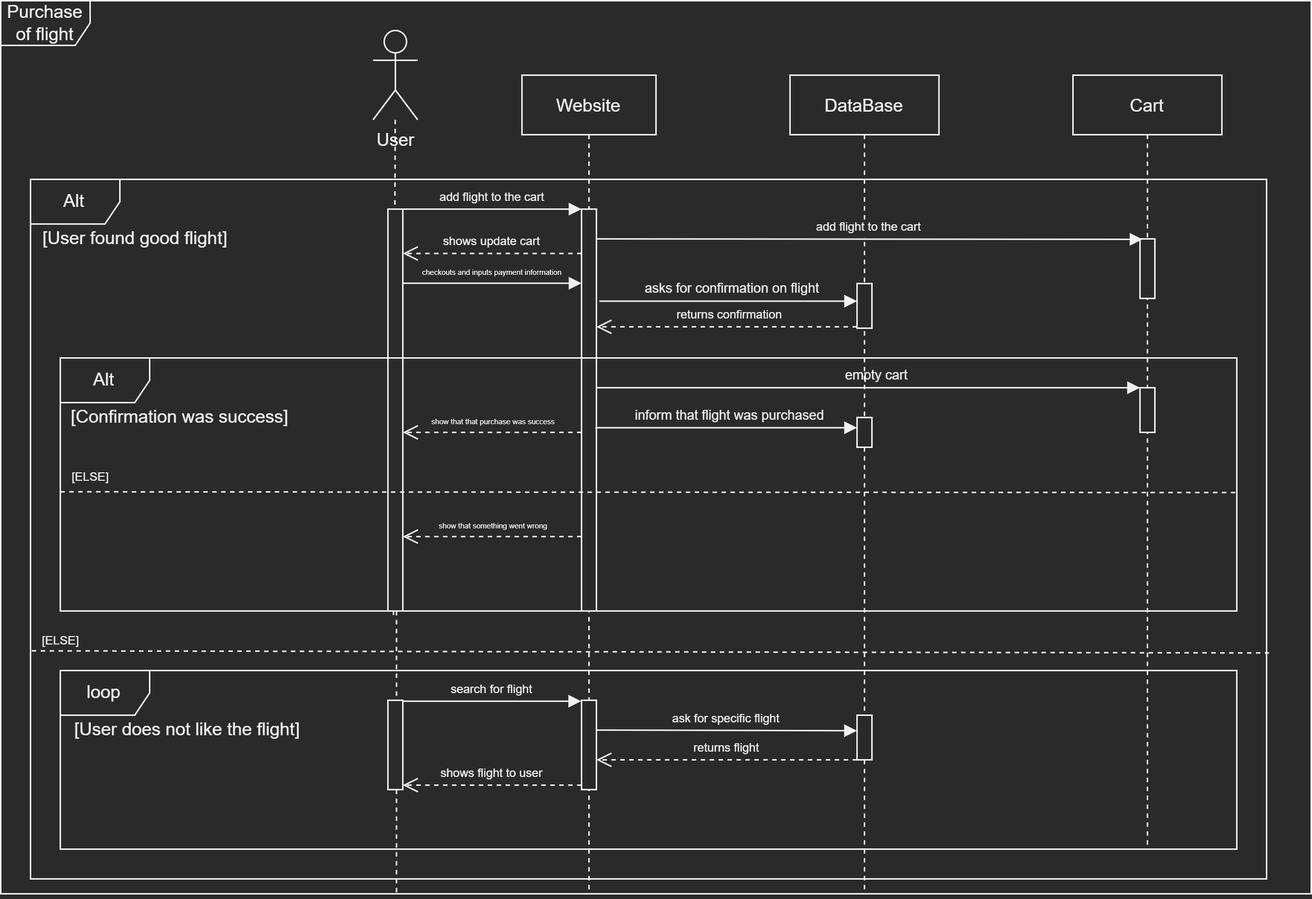
Earlier version of the draw.io export First_Sequence_Diagram.png (Mikapo/Programming_Design_Training). Source tidied: cells renumbered, new cells last; positions are measured from the earlier drawing's top-left corner, leaving out a move shared by most shapes.
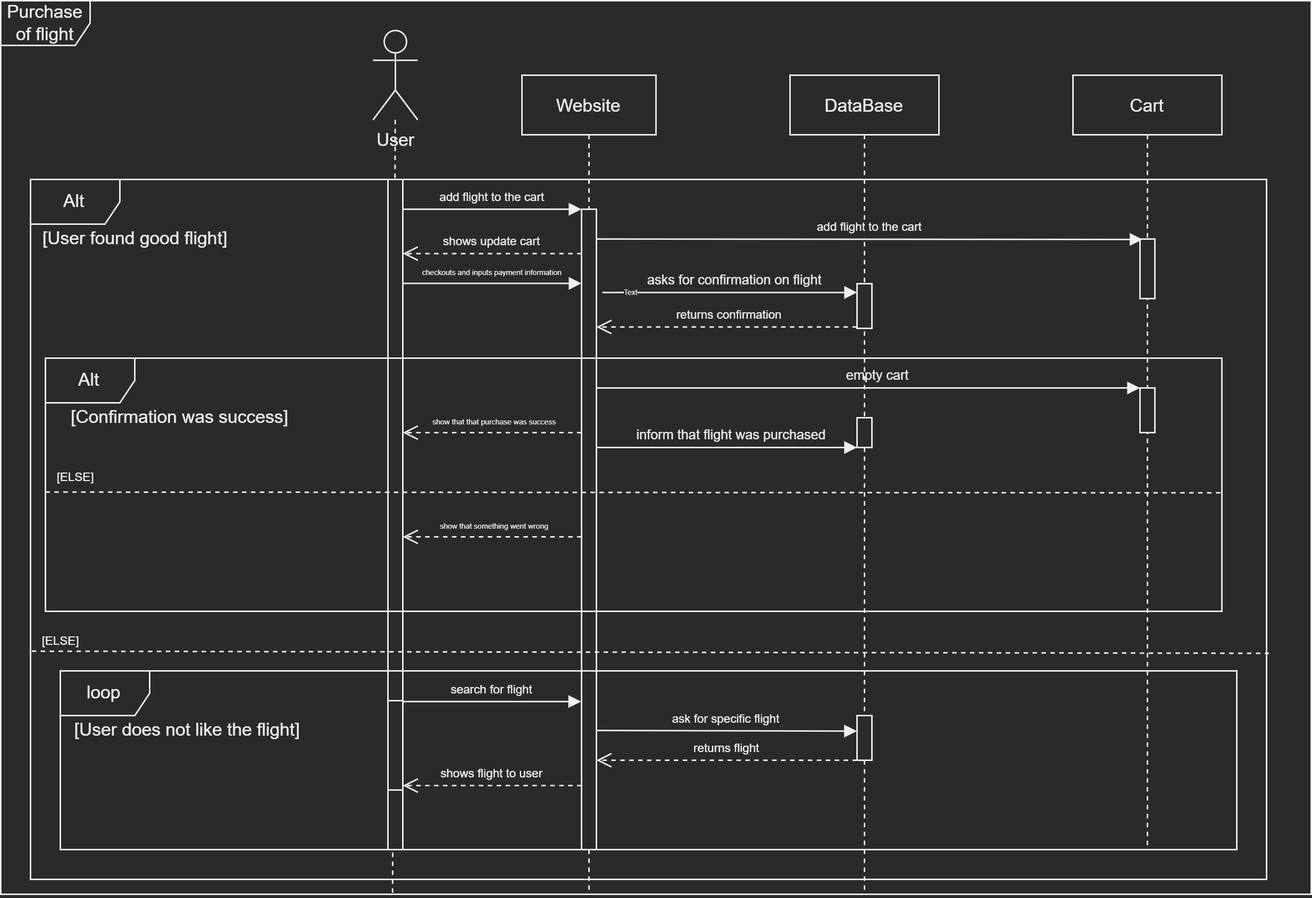
Above is the later version.

Commit message:
cleaned up first_sequence_diagram

The edit, as a diff of the source:
```diff
@@ -2,26 +2,23 @@
   <root>
     <mxCell id="0" />
     <mxCell id="1" parent="0" />
+    <mxCell id="5" value="Purchase of flight" style="shape=umlFrame;whiteSpace=wrap;html=1;" parent="1" vertex="1">
+      <mxGeometry width="880" height="600" as="geometry" />
+    </mxCell>
     <mxCell id="2" value="Alt" style="shape=umlFrame;whiteSpace=wrap;html=1;" parent="1" vertex="1">
       <mxGeometry x="20" y="120" width="830" height="470" as="geometry" />
     </mxCell>
-    <mxCell id="3" style="edgeStyle=none;rounded=0;jettySize=auto;html=1;entryX=0.371;entryY=1.01;entryDx=0;entryDy=0;entryPerimeter=0;dashed=1;endArrow=none;endFill=0;" parent="1" edge="1" source="20" target="4">
+    <mxCell id="3" style="edgeStyle=none;rounded=0;jettySize=auto;html=1;entryX=0.299;entryY=1;entryDx=0;entryDy=0;entryPerimeter=0;dashed=1;endArrow=none;endFill=0;" parent="1" edge="1" source="20" target="5">
       <mxGeometry relative="1" as="geometry" />
     </mxCell>
-    <mxCell id="4" style="points=[];perimeter=orthogonalPerimeter;rounded=0;shadow=0;strokeWidth=1;" parent="1" vertex="1">
-      <mxGeometry x="260" y="140" width="10" height="270" as="geometry" />
-    </mxCell>
-    <mxCell id="5" value="Purchase of flight" style="shape=umlFrame;whiteSpace=wrap;html=1;" parent="1" vertex="1">
-      <mxGeometry width="880" height="600" as="geometry" />
-    </mxCell>
-    <mxCell id="6" value="loop" style="shape=umlFrame;whiteSpace=wrap;html=1;" parent="1" vertex="1">
-      <mxGeometry x="40" y="450" width="790" height="120" as="geometry" />
-    </mxCell>
+    <mxCell id="42" style="perimeter=orthogonalPerimeter;rounded=0;shadow=0;strokeWidth=1;" parent="1" vertex="1">
+      <mxGeometry x="260" y="120" width="10" height="450" as="geometry" />
+    </mxCell>
     <mxCell id="7" value="Website" style="shape=umlLifeline;perimeter=lifelinePerimeter;rounded=0;shadow=0;strokeWidth=1;" parent="1" vertex="1">
       <mxGeometry x="350" y="50" width="90" height="550" as="geometry" />
     </mxCell>
     <mxCell id="8" style="points=[];perimeter=orthogonalPerimeter;rounded=0;shadow=0;strokeWidth=1;" parent="7" vertex="1">
-      <mxGeometry x="40" y="90" width="10" height="270" as="geometry" />
+      <mxGeometry x="40" y="90" width="10" height="430" as="geometry" />
     </mxCell>
     <mxCell id="9" value="shows update cart" style="verticalAlign=bottom;endArrow=open;dashed=1;endSize=8;exitX=0;exitY=0.95;shadow=0;strokeWidth=1;fontSize=8;" parent="7" edge="1">
       <mxGeometry relative="1" as="geometry">
@@ -40,12 +37,6 @@
         <mxPoint x="50" y="210" as="sourcePoint" />
       </mxGeometry>
     </mxCell>
-    <mxCell id="12" value="Alt" style="shape=umlFrame;whiteSpace=wrap;html=1;" parent="7" vertex="1">
-      <mxGeometry x="-310" y="190" width="790" height="170" as="geometry" />
-    </mxCell>
-    <mxCell id="13" style="endArrow=none;dashed=1;html=1;rounded=0;fontSize=5;exitX=0;exitY=0.529;exitDx=0;exitDy=0;exitPerimeter=0;entryX=1.001;entryY=0.532;entryDx=0;entryDy=0;entryPerimeter=0;" parent="7" edge="1" source="12" target="12">
-      <mxGeometry relative="1" as="geometry" />
-    </mxCell>
     <mxCell id="14" value="DataBase" style="shape=umlLifeline;perimeter=lifelinePerimeter;rounded=0;shadow=0;strokeWidth=1;" parent="1" vertex="1">
       <mxGeometry x="530" y="50" width="100" height="550" as="geometry" />
     </mxCell>
@@ -55,15 +46,16 @@
     <mxCell id="16" style="points=[];perimeter=orthogonalPerimeter;rounded=0;shadow=0;strokeWidth=1;" parent="14" vertex="1">
       <mxGeometry x="45" y="230" width="10" height="20" as="geometry" />
     </mxCell>
-    <mxCell id="17" value="shows flight to user" style="verticalAlign=bottom;endArrow=open;dashed=1;endSize=8;exitX=0;exitY=0.95;shadow=0;strokeWidth=1;fontSize=8;" parent="1" edge="1" source="24" target="23">
-      <mxGeometry relative="1" as="geometry" />
+    <mxCell id="17" value="shows flight to user" style="verticalAlign=bottom;endArrow=open;dashed=1;endSize=8;exitX=0;exitY=0.95;shadow=0;strokeWidth=1;fontSize=8;" parent="1" edge="1" target="23">
+      <mxGeometry relative="1" as="geometry">
+        <mxPoint x="390" y="527" as="sourcePoint" />
+      </mxGeometry>
     </mxCell>
-    <mxCell id="18" value="search for flight" style="verticalAlign=bottom;endArrow=block;shadow=0;strokeWidth=1;entryX=-0.025;entryY=0.01;entryDx=0;entryDy=0;entryPerimeter=0;fontSize=8;" parent="1" edge="1" source="23" target="24">
-      <mxGeometry relative="1" as="geometry" />
+    <mxCell id="18" value="search for flight" style="verticalAlign=bottom;endArrow=block;shadow=0;strokeWidth=1;entryX=-0.025;entryY=0.01;entryDx=0;entryDy=0;entryPerimeter=0;fontSize=8;" parent="1" edge="1" source="23">
+      <mxGeometry relative="1" as="geometry">
+        <mxPoint x="389.8" y="470.6" as="targetPoint" />
+      </mxGeometry>
     </mxCell>
-    <mxCell id="19" style="edgeStyle=none;rounded=0;jettySize=auto;html=1;dashed=1;endArrow=none;endFill=0;startArrow=none;entryX=0.302;entryY=1.002;entryDx=0;entryDy=0;entryPerimeter=0;" parent="1" edge="1" source="4" target="5">
-      <mxGeometry relative="1" as="geometry" />
-    </mxCell>
     <mxCell id="20" value="User&lt;br&gt;" style="shape=umlActor;verticalLabelPosition=bottom;verticalAlign=top;html=1;outlineConnect=0;" parent="1" vertex="1">
       <mxGeometry x="250" y="20" width="30" height="60" as="geometry" />
     </mxCell>
@@ -76,9 +68,6 @@
     <mxCell id="23" style="points=[];perimeter=orthogonalPerimeter;rounded=0;shadow=0;strokeWidth=1;" parent="1" vertex="1">
       <mxGeometry x="260" y="470" width="10" height="60" as="geometry" />
     </mxCell>
-    <mxCell id="24" style="points=[];perimeter=orthogonalPerimeter;rounded=0;shadow=0;strokeWidth=1;" parent="1" vertex="1">
-      <mxGeometry x="390" y="470" width="10" height="60" as="geometry" />
-    </mxCell>
     <mxCell id="25" style="points=[];perimeter=orthogonalPerimeter;rounded=0;shadow=0;strokeWidth=1;" parent="1" vertex="1">
       <mxGeometry x="575" y="480" width="10" height="30" as="geometry" />
     </mxCell>
@@ -87,9 +76,10 @@
         <mxPoint x="400" y="490" as="sourcePoint" />
       </mxGeometry>
     </mxCell>
-    <mxCell id="27" value="returns flight" style="verticalAlign=bottom;endArrow=open;dashed=1;endSize=8;exitX=0;exitY=0.95;shadow=0;strokeWidth=1;fontSize=8;" parent="1" edge="1" target="24">
+    <mxCell id="27" value="returns flight" style="verticalAlign=bottom;endArrow=open;dashed=1;endSize=8;exitX=0;exitY=0.95;shadow=0;strokeWidth=1;fontSize=8;" parent="1" edge="1">
       <mxGeometry relative="1" as="geometry">
         <mxPoint x="575" y="510" as="sourcePoint" />
+        <mxPoint x="400" y="510" as="targetPoint" />
       </mxGeometry>
     </mxCell>
     <mxCell id="28" value="[ELSE]" style="text;html=1;align=center;verticalAlign=middle;strokeColor=none;fillColor=none;fontSize=8;" parent="1" vertex="1">
@@ -101,9 +91,12 @@
         <mxPoint x="390" y="140" as="targetPoint" />
       </mxGeometry>
     </mxCell>
-    <mxCell id="30" value="asks for confirmation on flight" style="verticalAlign=bottom;endArrow=block;shadow=0;strokeWidth=1;fontSize=9;exitX=1.2;exitY=0.229;exitDx=0;exitDy=0;exitPerimeter=0;" parent="1" edge="1" source="8" target="15">
+    <mxCell id="30" value="asks for confirmation on flight" style="verticalAlign=bottom;endArrow=block;shadow=0;strokeWidth=1;fontSize=9;exitX=1.4;exitY=0.13;exitDx=0;exitDy=0;exitPerimeter=0;" parent="1" edge="1" source="8" target="15">
       <mxGeometry x="0.03" relative="1" as="geometry" />
     </mxCell>
+    <mxCell id="43" value="Text" style="edgeLabel;html=1;align=center;verticalAlign=middle;fontSize=5;" parent="30" vertex="1">
+      <mxGeometry x="-0.79" y="2" relative="1" as="geometry" />
+    </mxCell>
     <mxCell id="31" value="returns confirmation" style="verticalAlign=bottom;endArrow=open;dashed=1;endSize=8;exitX=-0.006;exitY=0.969;shadow=0;strokeWidth=1;fontSize=8;exitDx=0;exitDy=0;exitPerimeter=0;" parent="1" edge="1" source="15" target="8">
       <mxGeometry x="-0.02" relative="1" as="geometry" />
     </mxCell>
@@ -127,7 +120,7 @@
         <mxPoint x="270" y="290" as="targetPoint" />
       </mxGeometry>
     </mxCell>
-    <mxCell id="37" value="inform that flight was purchased" style="verticalAlign=bottom;endArrow=block;shadow=0;strokeWidth=1;fontSize=9;exitX=0.925;exitY=0.544;exitDx=0;exitDy=0;exitPerimeter=0;" parent="1" edge="1" source="8" target="16">
+    <mxCell id="37" value="inform that flight was purchased" style="verticalAlign=bottom;endArrow=block;shadow=0;strokeWidth=1;fontSize=9;" parent="1" edge="1" source="8" target="16">
       <mxGeometry x="0.03" relative="1" as="geometry" />
     </mxCell>
     <mxCell id="38" value="show that something went wrong" style="verticalAlign=bottom;endArrow=open;dashed=1;endSize=8;shadow=0;strokeWidth=1;fontSize=5;" parent="1" edge="1">
@@ -137,7 +130,7 @@
       </mxGeometry>
     </mxCell>
     <mxCell id="39" value="[ELSE]" style="text;html=1;align=center;verticalAlign=middle;strokeColor=none;fillColor=none;fontSize=8;" parent="1" vertex="1">
-      <mxGeometry x="40" y="310" width="40" height="20" as="geometry" />
+      <mxGeometry x="30" y="310" width="40" height="20" as="geometry" />
     </mxCell>
     <mxCell id="40" style="endArrow=none;dashed=1;html=1;rounded=0;fontSize=5;exitX=0.001;exitY=0.674;exitDx=0;exitDy=0;exitPerimeter=0;entryX=1.002;entryY=0.677;entryDx=0;entryDy=0;entryPerimeter=0;" parent="1" edge="1" source="2" target="2">
       <mxGeometry relative="1" as="geometry" />
@@ -145,5 +138,14 @@
     <mxCell id="41" value="[Confirmation was success]" style="text;html=1;align=center;verticalAlign=middle;strokeColor=none;fillColor=none;" parent="1" vertex="1">
       <mxGeometry x="40" y="270" width="160" height="20" as="geometry" />
     </mxCell>
+    <mxCell id="13" style="endArrow=none;dashed=1;html=1;rounded=0;fontSize=5;exitX=0;exitY=0.529;exitDx=0;exitDy=0;exitPerimeter=0;entryX=1.001;entryY=0.532;entryDx=0;entryDy=0;entryPerimeter=0;" parent="1" edge="1" source="12" target="12">
+      <mxGeometry relative="1" as="geometry" />
+    </mxCell>
+    <mxCell id="6" value="loop" style="shape=umlFrame;whiteSpace=wrap;html=1;" parent="1" vertex="1">
+      <mxGeometry x="40" y="450" width="790" height="120" as="geometry" />
+    </mxCell>
+    <mxCell id="12" value="Alt" style="shape=umlFrame;whiteSpace=wrap;html=1;" parent="1" vertex="1">
+      <mxGeometry x="30" y="240" width="790" height="170" as="geometry" />
+    </mxCell>
   </root>
 </mxGraphModel>
```
